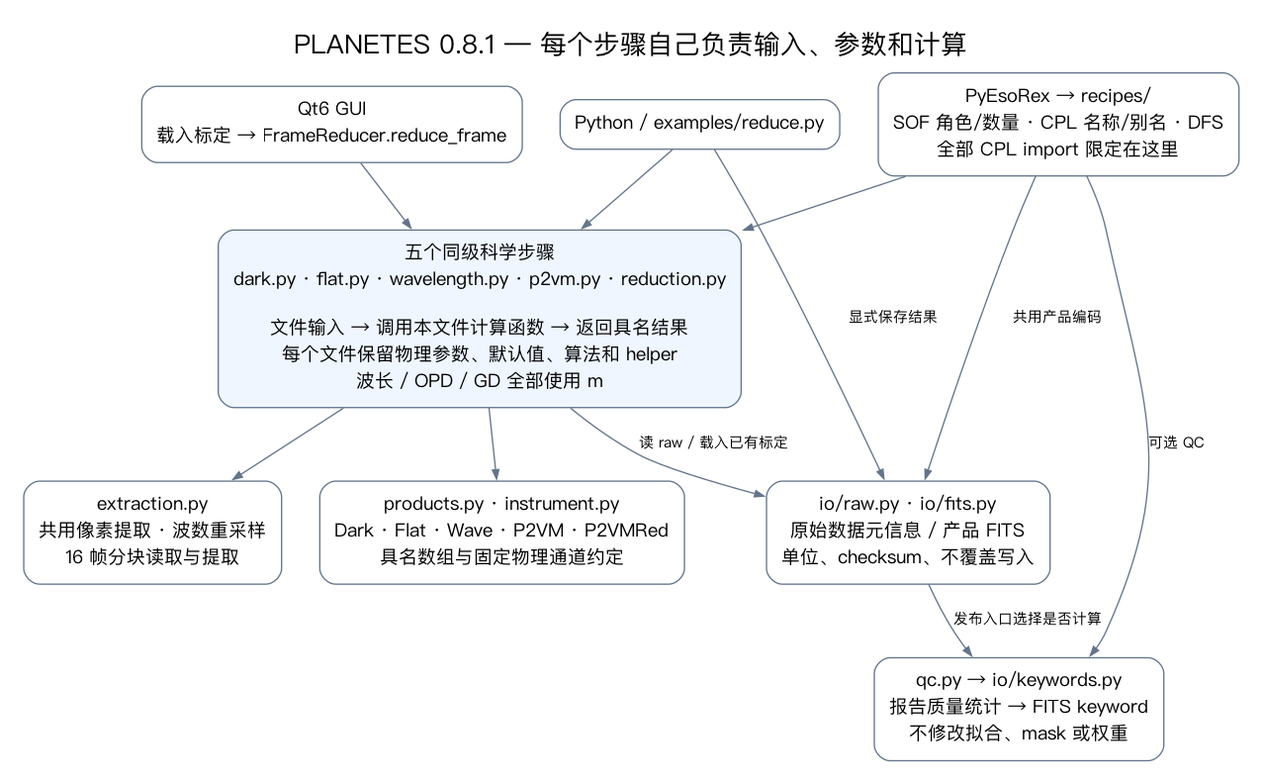
zexwu/planetes_pipe keeps this Graphviz diagram as docs/architecture.png. Above is the earlier version. Its source is kept beside it as docs/architecture.dot.
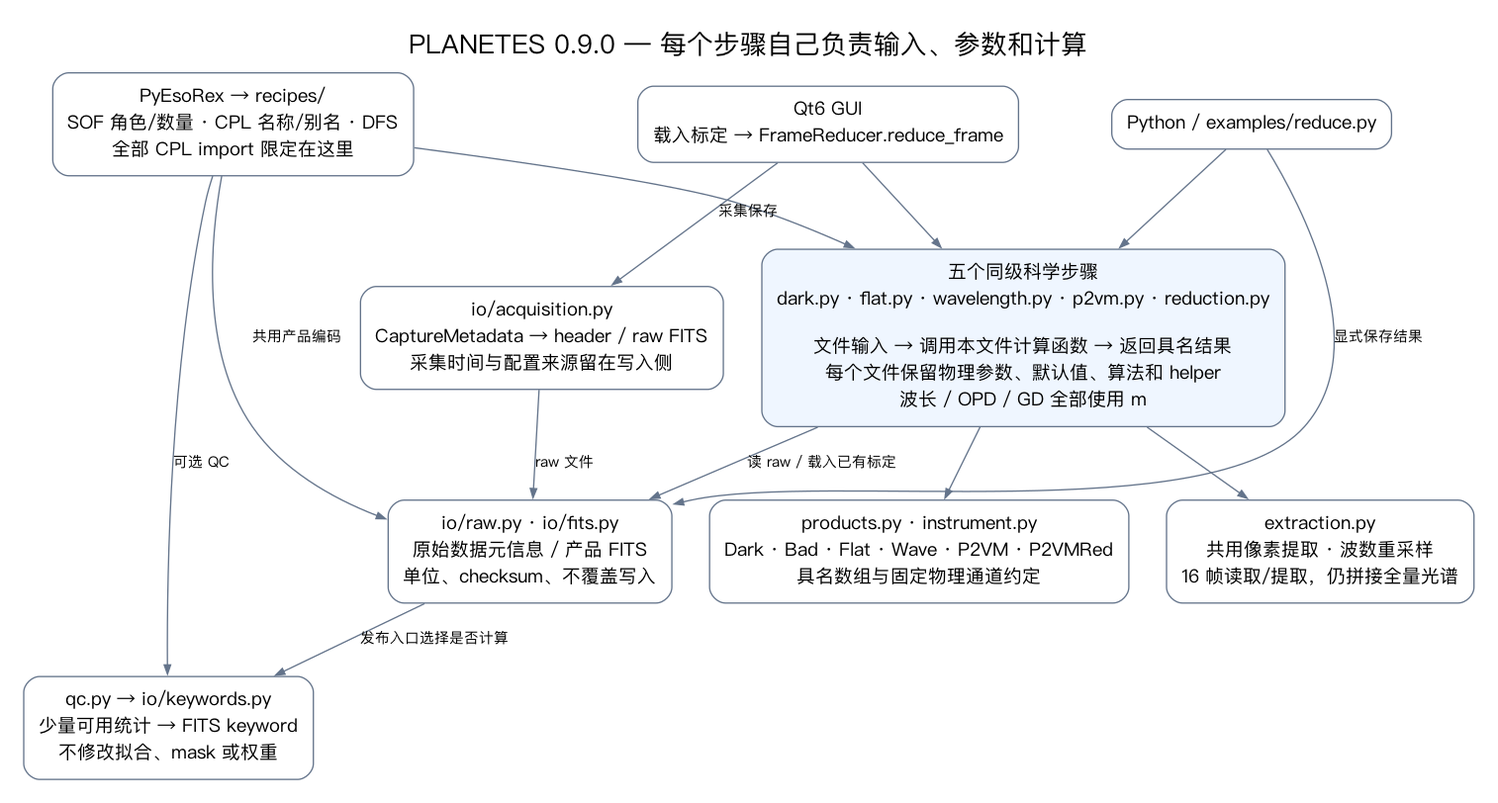
The same diagram one commit later.

Change to the diagram source:
```diff
@@ -1,19 +1,22 @@
 digraph Architecture {
-  graph [rankdir=TB, bgcolor="white", pad=0.25, nodesep=0.4, ranksep=0.55, fontname="PingFang SC", fontsize=20, label="PLANETES 0.8.1 — 每个步骤自己负责输入、参数和计算", labelloc=t];
+  graph [rankdir=TB, bgcolor="white", pad=0.25, nodesep=0.4, ranksep=0.55, fontname="PingFang SC", fontsize=20, label="PLANETES 0.9.0 — 每个步骤自己负责输入、参数和计算", labelloc=t];
   node [shape=box, style="rounded", fontname="PingFang SC", fontsize=14, color="#64748b", margin="0.16,0.12"];
   edge [fontname="PingFang SC", fontsize=11, color="#64748b", arrowsize=0.7];
   python [label="Python / examples/reduce.py"];
   recipes [label="PyEsoRex → recipes/\nSOF 角色/数量 · CPL 名称/别名 · DFS\n全部 CPL import 限定在这里"];
   gui [label="Qt6 GUI\n载入标定 → FrameReducer.reduce_frame"];
   steps [label="五个同级科学步骤\ndark.py · flat.py · wavelength.py · p2vm.py · reduction.py\n\n文件输入 → 调用本文件计算函数 → 返回具名结果\n每个文件保留物理参数、默认值、算法和 helper\n波长 / OPD / GD 全部使用 m", style="rounded,filled", fillcolor="#eff6ff"];
-  extraction [label="extraction.py\n共用像素提取 · 波数重采样\n16 帧分块读取与提取"];
+  extraction [label="extraction.py\n共用像素提取 · 波数重采样\n16 帧读取/提取，仍拼接全量光谱"];
   io [label="io/raw.py · io/fits.py\n原始数据元信息 / 产品 FITS\n单位、checksum、不覆盖写入"];
-  products [label="products.py · instrument.py\nDark · Flat · Wave · P2VM · P2VMRed\n具名数组与固定物理通道约定"];
-  qc [label="qc.py → io/keywords.py\n报告质量统计 → FITS keyword\n不修改拟合、mask 或权重"];
+  acquisition [label="io/acquisition.py\nCaptureMetadata → header / raw FITS\n采集时间与配置来源留在写入侧"];
+  products [label="products.py · instrument.py\nDark · Bad · Flat · Wave · P2VM · P2VMRed\n具名数组与固定物理通道约定"];
+  qc [label="qc.py → io/keywords.py\n少量可用统计 → FITS keyword\n不修改拟合、mask 或权重"];
   {rank=same; python; recipes; gui;}
   python -> steps;
   recipes -> steps;
   gui -> steps;
+  gui -> acquisition [label="采集保存"];
+  acquisition -> io [label="raw 文件"];
   steps -> extraction;
   steps -> products;
   steps -> io [label="读 raw / 载入已有标定"];
```
